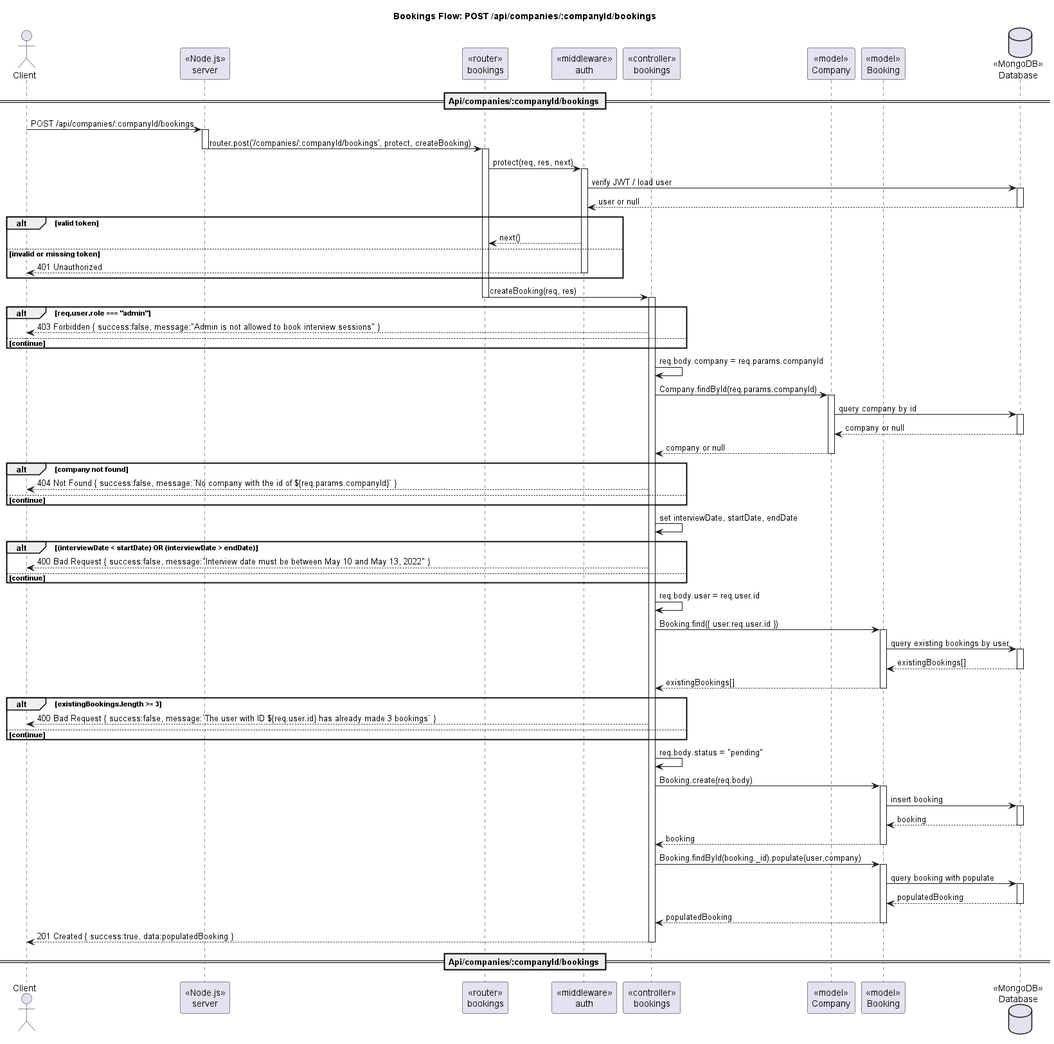
Above: out/docs/diagram/sequence/seq_companies_companyId_bookings_post.png in 098ff/ArtmaybeDEV (PlantUML), before the change.
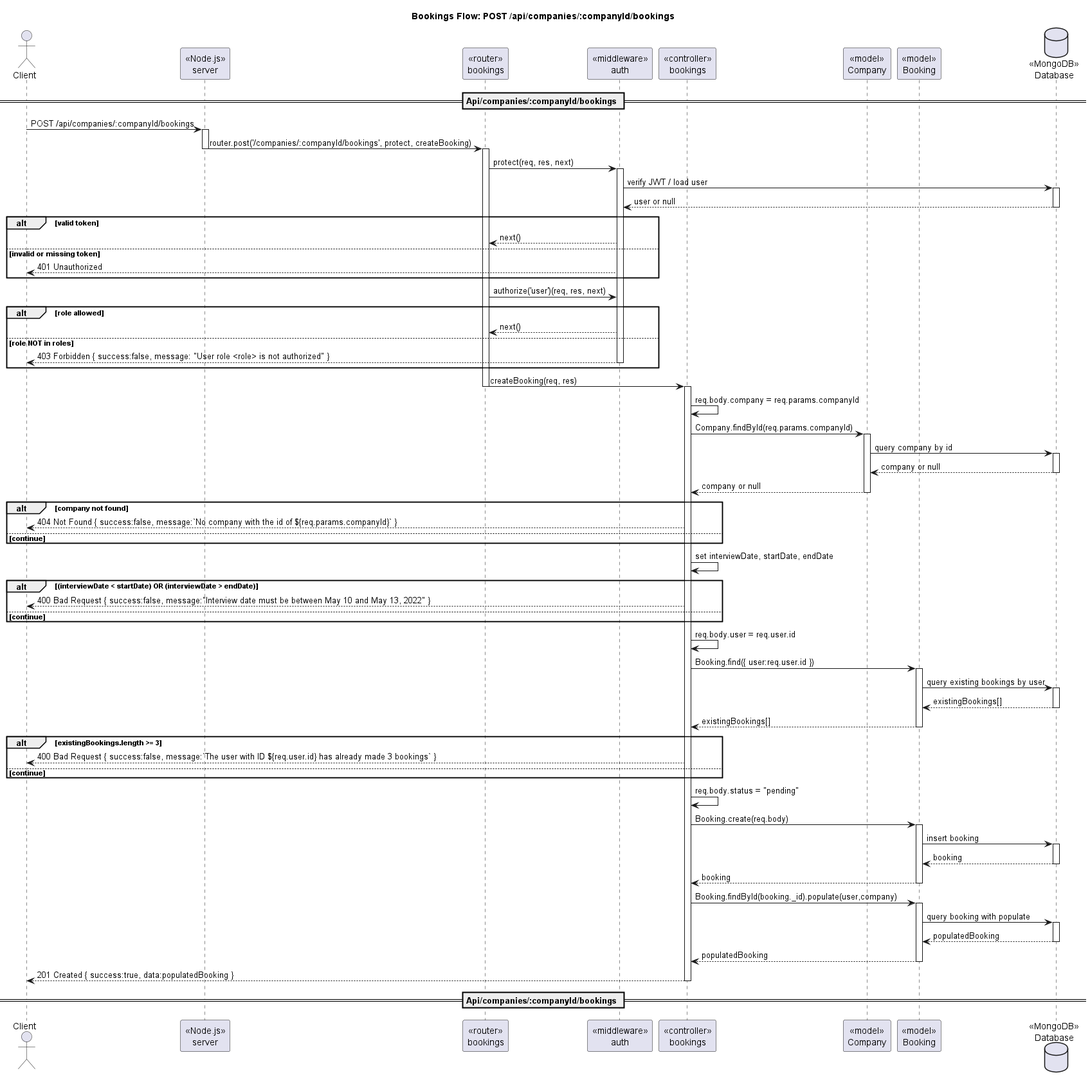
The same file after the commit.

Change to the diagram source:
```diff
@@ -27,19 +27,21 @@
   AuthMW --> Router : next()
 else invalid or missing token
   AuthMW --> Client : 401 Unauthorized
+end
+
+Router -> AuthMW : authorize('user')(req, res, next)
+
+alt role allowed
+  AuthMW --> Router : next()
+  deactivate Server
+else role NOT in roles
+  AuthMW --> Client : 403 Forbidden { success:false, message: "User role <role> is not authorized" }
   deactivate AuthMW
 end
-deactivate AuthMW
 
 Router -> Ctrl : createBooking(req, res)
 deactivate Router
 activate Ctrl
-
-alt req.user.role === "admin"
-  Ctrl --> Client : 403 Forbidden { success:false, message:"Admin is not allowed to book interview sessions" }
-  deactivate Server
-else continue
-end
 
 Ctrl -> Ctrl : req.body.company = req.params.companyId
 
```
